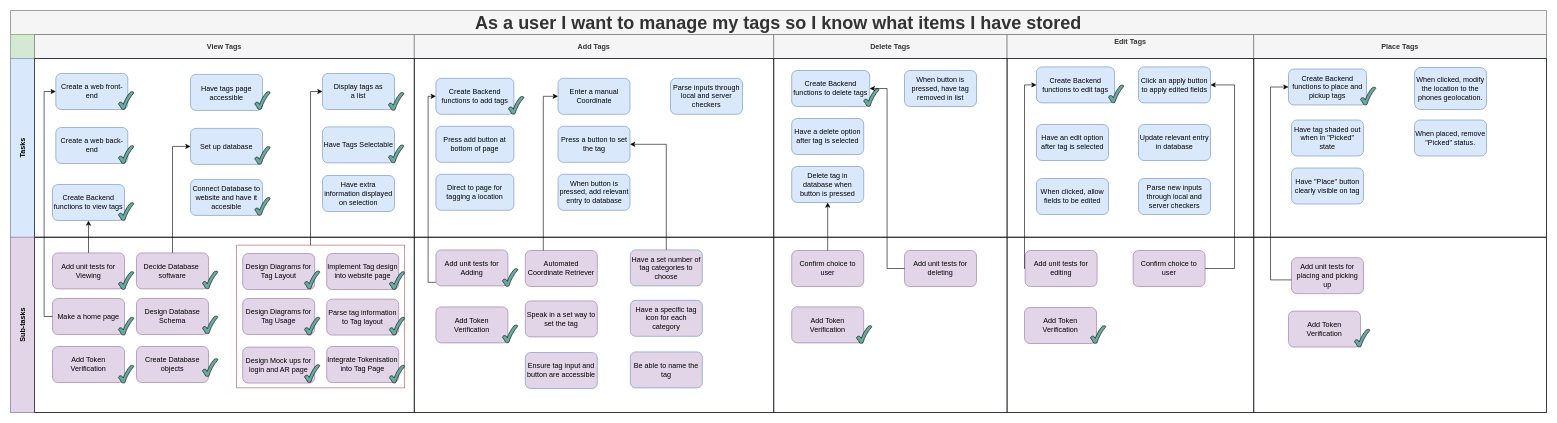
ickeyben123/AR keeps this draw.io diagram as Documentation/Project Diagrams/Story Maps/Manage Tag Theme.drawio. Above is the earlier version. Source tidied: cells renumbered, new cells numbered last; positions are measured from the earlier drawing's top-left corner, leaving out a move shared by most shapes. Both pictures are drawn from the tidied source at 60%, with x=0, y=0 at pixel (10, 10).
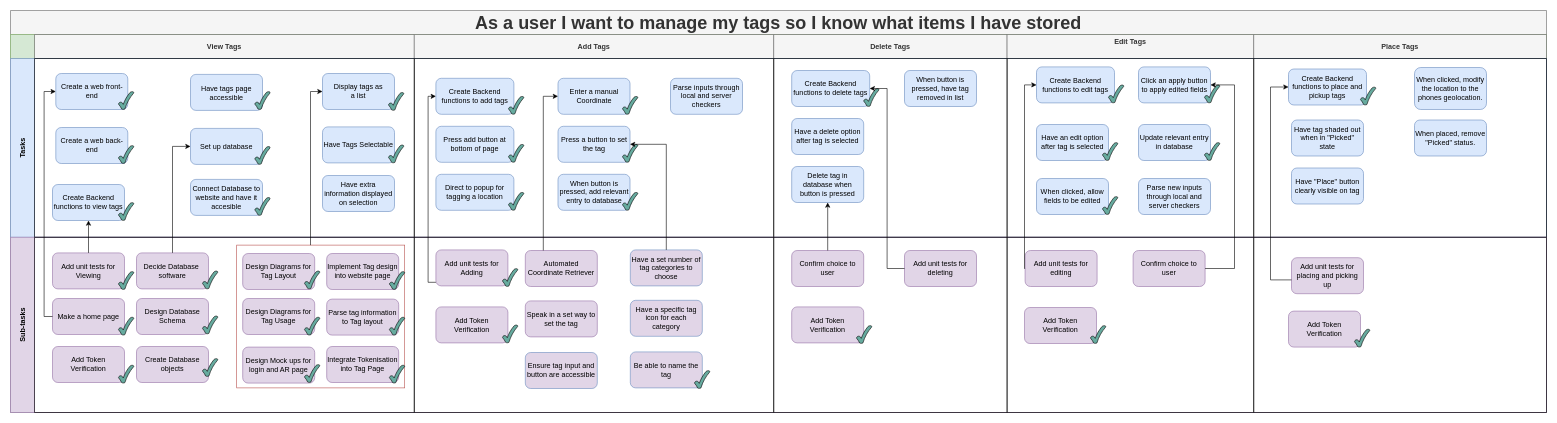
The same diagram, later.

The change refers to these unchanged cells:
```xml
<mxCell id="28" style="swimlane;startSize=0;html=1;whiteSpace=wrap;" parent="9" vertex="1">
  <mxGeometry x="673" width="599" height="298" as="geometry" />
</mxCell>
<mxCell id="43" style="swimlane;startSize=0;html=1;whiteSpace=wrap;" parent="9" vertex="1">
  <mxGeometry x="1661" width="411" height="298" as="geometry" />
</mxCell>
<mxCell id="85" style="swimlane;startSize=0;html=1;whiteSpace=wrap;" parent="58" vertex="1">
  <mxGeometry x="673" width="599" height="292" as="geometry" />
</mxCell>
```

Diff of the diagram source:
```diff
@@
-    <mxCell id="29" value="Direct to page for tagging a location" style="rounded=1;whiteSpace=wrap;html=1;strokeWidth=1;fillColor=#dae8fc;strokeColor=#6c8ebf;" parent="28" vertex="1">
+    <mxCell id="29" value="Direct to popup for tagging a location" style="rounded=1;whiteSpace=wrap;html=1;strokeWidth=1;fillColor=#dae8fc;strokeColor=#6c8ebf;" parent="28" vertex="1">
       <mxGeometry x="36" y="193" width="130" height="60" as="geometry" />
     </mxCell>
@@
+    <mxCell id="122" style="verticalLabelPosition=bottom;verticalAlign=top;html=1;shape=mxgraph.basic.tick;fillColor=#67AB9F;" parent="28" vertex="1">
+      <mxGeometry x="157" y="143" width="25.5" height="30" as="geometry" />
+    </mxCell>
+    <mxCell id="123" style="verticalLabelPosition=bottom;verticalAlign=top;html=1;shape=mxgraph.basic.tick;fillColor=#67AB9F;" parent="28" vertex="1">
+      <mxGeometry x="157" y="223" width="25.5" height="30" as="geometry" />
+    </mxCell>
+    <mxCell id="124" style="verticalLabelPosition=bottom;verticalAlign=top;html=1;shape=mxgraph.basic.tick;fillColor=#67AB9F;" parent="28" vertex="1">
+      <mxGeometry x="347" y="63" width="25.5" height="30" as="geometry" />
+    </mxCell>
+    <mxCell id="125" style="verticalLabelPosition=bottom;verticalAlign=top;html=1;shape=mxgraph.basic.tick;fillColor=#67AB9F;" parent="28" vertex="1">
+      <mxGeometry x="347" y="143" width="25.5" height="30" as="geometry" />
+    </mxCell>
+    <mxCell id="126" style="verticalLabelPosition=bottom;verticalAlign=top;html=1;shape=mxgraph.basic.tick;fillColor=#67AB9F;" parent="28" vertex="1">
+      <mxGeometry x="347" y="223" width="25.5" height="30" as="geometry" />
+    </mxCell>
@@
+    <mxCell id="127" style="verticalLabelPosition=bottom;verticalAlign=top;html=1;shape=mxgraph.basic.tick;fillColor=#67AB9F;" parent="43" vertex="1">
+      <mxGeometry x="159" y="140" width="25.5" height="30" as="geometry" />
+    </mxCell>
+    <mxCell id="128" style="verticalLabelPosition=bottom;verticalAlign=top;html=1;shape=mxgraph.basic.tick;fillColor=#67AB9F;" parent="43" vertex="1">
+      <mxGeometry x="159" y="230" width="25.5" height="30" as="geometry" />
+    </mxCell>
+    <mxCell id="129" style="verticalLabelPosition=bottom;verticalAlign=top;html=1;shape=mxgraph.basic.tick;fillColor=#67AB9F;" parent="43" vertex="1">
+      <mxGeometry x="329" y="44" width="25.5" height="30" as="geometry" />
+    </mxCell>
+    <mxCell id="130" style="verticalLabelPosition=bottom;verticalAlign=top;html=1;shape=mxgraph.basic.tick;fillColor=#67AB9F;" parent="43" vertex="1">
+      <mxGeometry x="329" y="140" width="25.5" height="30" as="geometry" />
+    </mxCell>
@@
+    <mxCell id="131" style="verticalLabelPosition=bottom;verticalAlign=top;html=1;shape=mxgraph.basic.tick;fillColor=#67AB9F;" parent="85" vertex="1">
+      <mxGeometry x="467" y="222" width="25.5" height="30" as="geometry" />
+    </mxCell>
```
